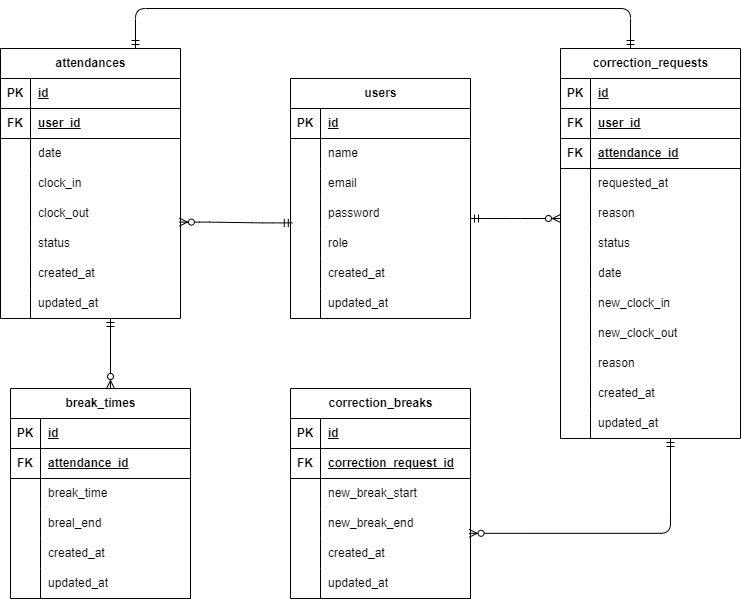
The draw.io diagram er.png in kttmm717/attendance-management, before a commit. Source tidied: cells renumbered, new cells last; positions are measured from the earlier drawing's top-left corner, leaving out a move shared by most shapes.
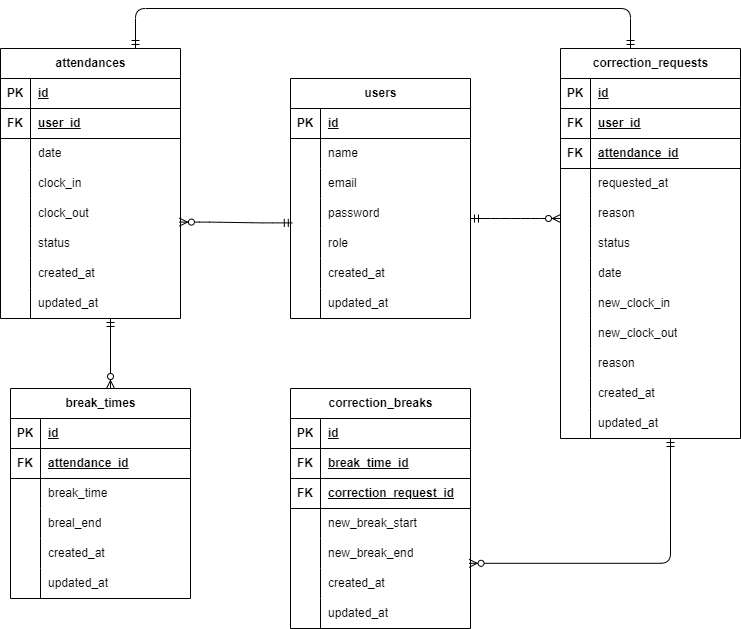
The same diagram one commit later.

The edit, as a diff of the source:
```diff
@@ -255,19 +255,28 @@
       <mxGeometry x="30" width="150" height="30" as="geometry" />
     </mxCell>
     <mxCell id="86" value="correction_breaks" style="shape=table;startSize=30;rowLines=0;fontStyle=1;align=center;html=1;" parent="1" vertex="1">
-      <mxGeometry x="290" y="380" width="180" height="210" as="geometry" />
+      <mxGeometry x="290" y="380" width="180" height="240" as="geometry" />
     </mxCell>
+    <mxCell id="129" style="shape=tableRow;horizontal=0;startSize=0;swimlaneHead=0;swimlaneBody=0;fillColor=none;top=0;left=0;right=0;bottom=1;" parent="86" vertex="1">
+      <mxGeometry y="30" width="180" height="30" as="geometry" />
+    </mxCell>
+    <mxCell id="130" value="PK" style="shape=partialRectangle;fillColor=none;top=0;left=0;bottom=0;right=0;fontStyle=1;overflow=hidden;whiteSpace=wrap;html=1;" parent="129" vertex="1">
+      <mxGeometry width="30" height="30" as="geometry" />
+    </mxCell>
+    <mxCell id="131" value="id" style="shape=partialRectangle;fillColor=none;top=0;left=0;bottom=0;right=0;align=left;spacingLeft=6;fontStyle=5;overflow=hidden;whiteSpace=wrap;html=1;" parent="129" vertex="1">
+      <mxGeometry x="30" width="150" height="30" as="geometry" />
+    </mxCell>
     <mxCell id="87" style="shape=tableRow;horizontal=0;startSize=0;swimlaneHead=0;swimlaneBody=0;fillColor=none;top=0;left=0;right=0;bottom=1;" parent="86" vertex="1">
-      <mxGeometry y="30" width="180" height="30" as="geometry" />
+      <mxGeometry y="60" width="180" height="30" as="geometry" />
     </mxCell>
-    <mxCell id="88" value="PK" style="shape=partialRectangle;fillColor=none;top=0;left=0;bottom=0;right=0;fontStyle=1;overflow=hidden;whiteSpace=wrap;html=1;" parent="87" vertex="1">
+    <mxCell id="88" value="FK" style="shape=partialRectangle;fillColor=none;top=0;left=0;bottom=0;right=0;fontStyle=1;overflow=hidden;whiteSpace=wrap;html=1;" parent="87" vertex="1">
       <mxGeometry width="30" height="30" as="geometry" />
     </mxCell>
-    <mxCell id="89" value="id" style="shape=partialRectangle;fillColor=none;top=0;left=0;bottom=0;right=0;align=left;spacingLeft=6;fontStyle=5;overflow=hidden;whiteSpace=wrap;html=1;" parent="87" vertex="1">
+    <mxCell id="89" value="break_time_id" style="shape=partialRectangle;fillColor=none;top=0;left=0;bottom=0;right=0;align=left;spacingLeft=6;fontStyle=5;overflow=hidden;whiteSpace=wrap;html=1;" parent="87" vertex="1">
       <mxGeometry x="30" width="150" height="30" as="geometry" />
     </mxCell>
     <mxCell id="90" style="shape=tableRow;horizontal=0;startSize=0;swimlaneHead=0;swimlaneBody=0;fillColor=none;top=0;left=0;right=0;bottom=1;" parent="86" vertex="1">
-      <mxGeometry y="60" width="180" height="30" as="geometry" />
+      <mxGeometry y="90" width="180" height="30" as="geometry" />
     </mxCell>
     <mxCell id="91" value="FK" style="shape=partialRectangle;fillColor=none;top=0;left=0;bottom=0;right=0;fontStyle=1;overflow=hidden;whiteSpace=wrap;html=1;" parent="90" vertex="1">
       <mxGeometry width="30" height="30" as="geometry" />
@@ -276,7 +285,7 @@
       <mxGeometry x="30" width="150" height="30" as="geometry" />
     </mxCell>
     <mxCell id="93" style="shape=tableRow;horizontal=0;startSize=0;swimlaneHead=0;swimlaneBody=0;fillColor=none;top=0;left=0;right=0;bottom=0;" parent="86" vertex="1">
-      <mxGeometry y="90" width="180" height="30" as="geometry" />
+      <mxGeometry y="120" width="180" height="30" as="geometry" />
     </mxCell>
     <mxCell id="94" style="shape=partialRectangle;fillColor=none;top=0;left=0;bottom=0;right=0;overflow=hidden;whiteSpace=wrap;html=1;" parent="93" vertex="1">
       <mxGeometry width="30" height="30" as="geometry" />
@@ -285,7 +294,7 @@
       <mxGeometry x="30" width="150" height="30" as="geometry" />
     </mxCell>
     <mxCell id="96" style="shape=tableRow;horizontal=0;startSize=0;swimlaneHead=0;swimlaneBody=0;fillColor=none;points=[[0,0.5],[1,0.5]];portConstraint=eastwest;top=0;left=0;right=0;bottom=0;" parent="86" vertex="1">
-      <mxGeometry y="120" width="180" height="30" as="geometry" />
+      <mxGeometry y="150" width="180" height="30" as="geometry" />
     </mxCell>
     <mxCell id="97" style="shape=partialRectangle;fillColor=none;top=0;left=0;bottom=0;right=0;overflow=hidden;whiteSpace=wrap;html=1;" parent="96" vertex="1">
       <mxGeometry width="30" height="30" as="geometry" />
@@ -294,7 +303,7 @@
       <mxGeometry x="30" width="150" height="30" as="geometry" />
     </mxCell>
     <mxCell id="99" style="shape=tableRow;horizontal=0;startSize=0;swimlaneHead=0;swimlaneBody=0;fillColor=none;top=0;left=0;right=0;bottom=0;" parent="86" vertex="1">
-      <mxGeometry y="150" width="180" height="30" as="geometry" />
+      <mxGeometry y="180" width="180" height="30" as="geometry" />
     </mxCell>
     <mxCell id="100" style="shape=partialRectangle;fillColor=none;top=0;left=0;bottom=0;right=0;overflow=hidden;whiteSpace=wrap;html=1;" parent="99" vertex="1">
       <mxGeometry width="30" height="30" as="geometry" />
@@ -303,7 +312,7 @@
       <mxGeometry x="30" width="150" height="30" as="geometry" />
     </mxCell>
     <mxCell id="102" style="shape=tableRow;horizontal=0;startSize=0;swimlaneHead=0;swimlaneBody=0;fillColor=none;top=0;left=0;right=0;bottom=0;" parent="86" vertex="1">
-      <mxGeometry y="180" width="180" height="30" as="geometry" />
+      <mxGeometry y="210" width="180" height="30" as="geometry" />
     </mxCell>
     <mxCell id="103" style="shape=partialRectangle;fillColor=none;top=0;left=0;bottom=0;right=0;overflow=hidden;whiteSpace=wrap;html=1;" parent="102" vertex="1">
       <mxGeometry width="30" height="30" as="geometry" />
```
